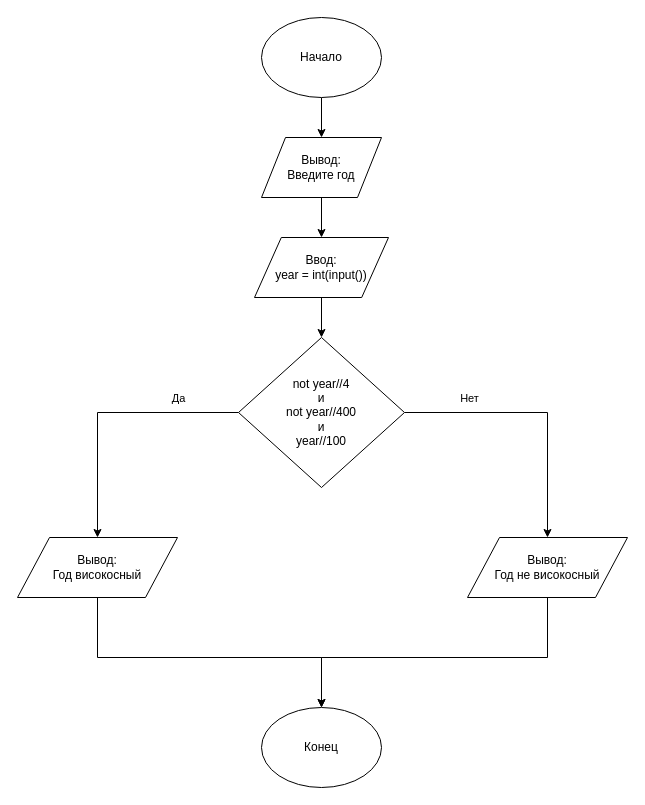
myselfadmirer/Python-Algorithms-and-Data-Structures keeps this draw.io diagram as page "7lesson1" (7 of 8) of lesson1/lesson1.drawio. Above is the earlier version. Source tidied: cells renumbered, new cells numbered last; positions are measured from the earlier drawing's top-left corner, leaving out a move shared by most shapes. Both pictures are drawn from the tidied source at 100%, with x=0, y=0 at pixel (17, 17).
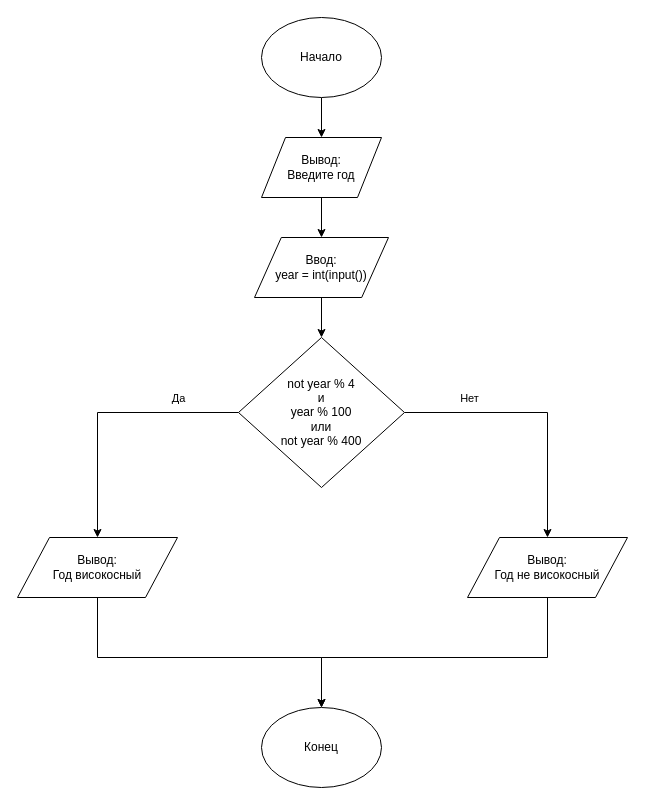
After the change.

Commit message:
Исправлена блок-схема 7lesson1

The edit, as a diff of the source:
```diff
@@
-    <mxCell id="12" value="not year//4&lt;br&gt;и&lt;br&gt;not year//400&lt;br&gt;и&lt;br&gt;year//100" style="rhombus;whiteSpace=wrap;html=1;" parent="1" vertex="1">
+    <mxCell id="12" value="not year % 4 &lt;br&gt;и&lt;br&gt;year % 100 &lt;br&gt;или&lt;br&gt;not year % 400" style="rhombus;whiteSpace=wrap;html=1;" parent="1" vertex="1">
       <mxGeometry x="221" y="320" width="166" height="150" as="geometry" />
     </mxCell>
```
